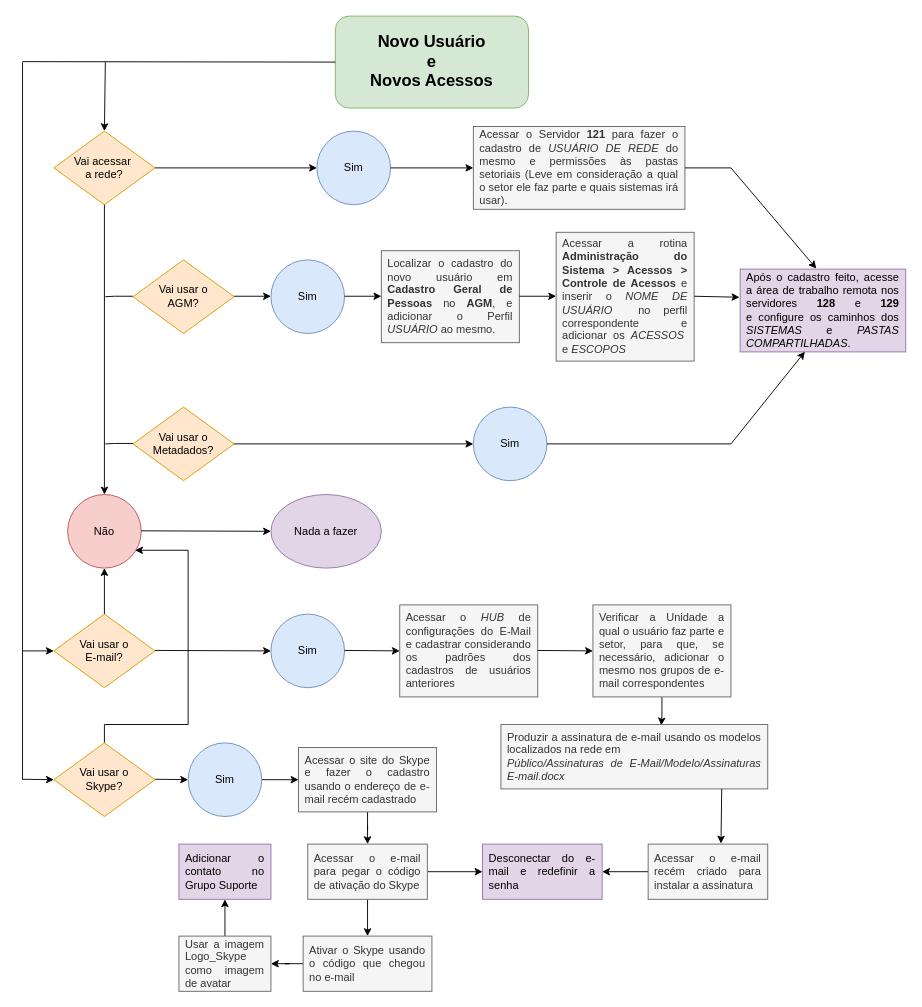
Earlier version of the draw.io diagram Novos_Usuários.drawio (AlbertoPontes/Fluxogramas). Source tidied: cells renumbered, new cells numbered last; positions are measured from the earlier drawing's top-left corner, leaving out a move shared by most shapes. Both pictures are drawn from the tidied source at 92%, with x=0, y=0 at pixel (22, 16).
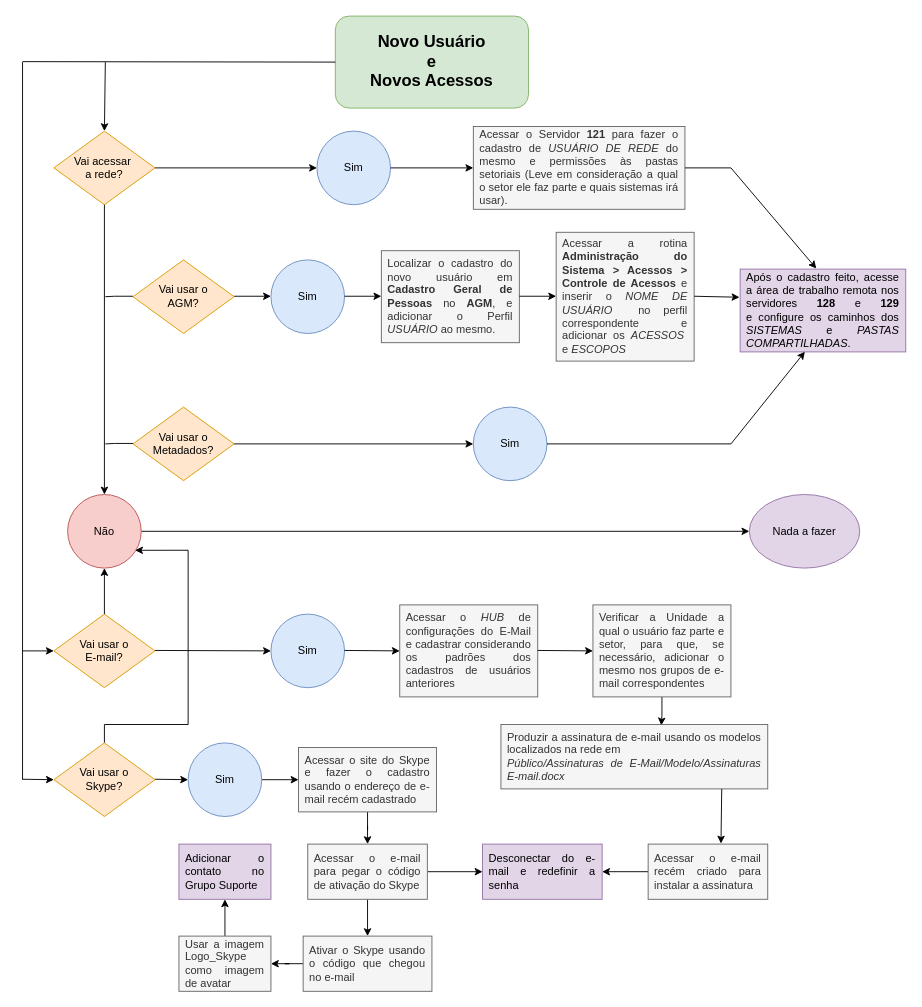
The same diagram, later.

Unchanged cells that the change refers to:
```xml
<mxCell id="5" value="Não" style="ellipse;whiteSpace=wrap;html=1;fillColor=#f8cecc;strokeColor=#b85450;" parent="1" vertex="1">
  <mxGeometry x="49" y="520" width="80" height="80" as="geometry" />
</mxCell>
```

What changed in the source:
```diff
@@
+    <mxCell id="62" style="edgeStyle=orthogonalEdgeStyle;rounded=0;jettySize=auto;html=1;entryX=0;entryY=0.5;entryDx=0;entryDy=0;" parent="1" edge="1" source="5" target="32">
+      <mxGeometry relative="1" as="geometry" />
+    </mxCell>
@@
-    <mxCell id="31" style="endArrow=classic;html=1;rounded=0;" parent="1" edge="1">
-      <mxGeometry relative="1" as="geometry">
-        <mxPoint x="129" y="559.5" as="sourcePoint" />
-        <mxPoint x="270" y="560" as="targetPoint" />
-      </mxGeometry>
-    </mxCell>
     <mxCell id="32" value="Nada a fazer" style="ellipse;whiteSpace=wrap;html=1;fillColor=#e1d5e7;strokeColor=#9673a6;" parent="1" vertex="1">
-      <mxGeometry x="270" y="520" width="120" height="80" as="geometry" />
+      <mxGeometry x="790" y="520" width="120" height="80" as="geometry" />
     </mxCell>
```
